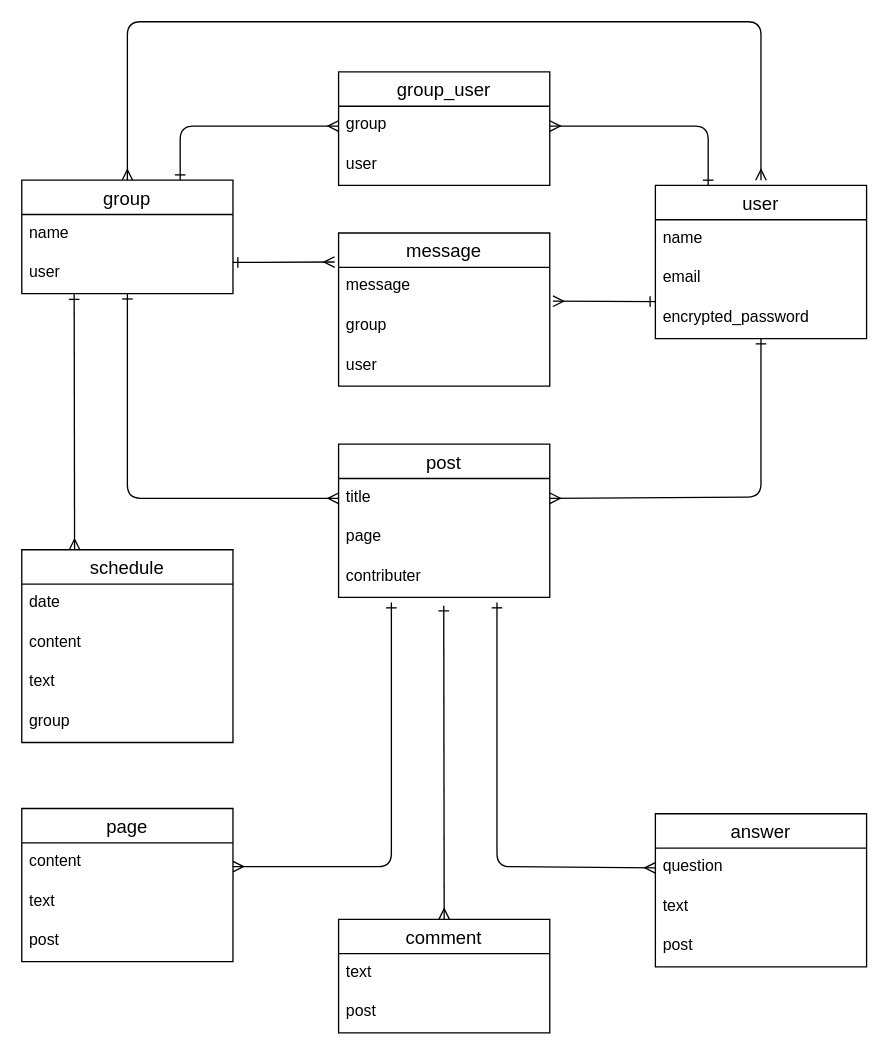
The draw.io diagram ER.dio in xcattleyax/free-seeker, before the edit. Source tidied: cells renumbered, new cells numbered last; positions are measured from the earlier drawing's top-left corner, leaving out a move shared by most shapes. Both pictures are drawn from the tidied source at 132%, with x=0, y=0 at pixel (21, 21).
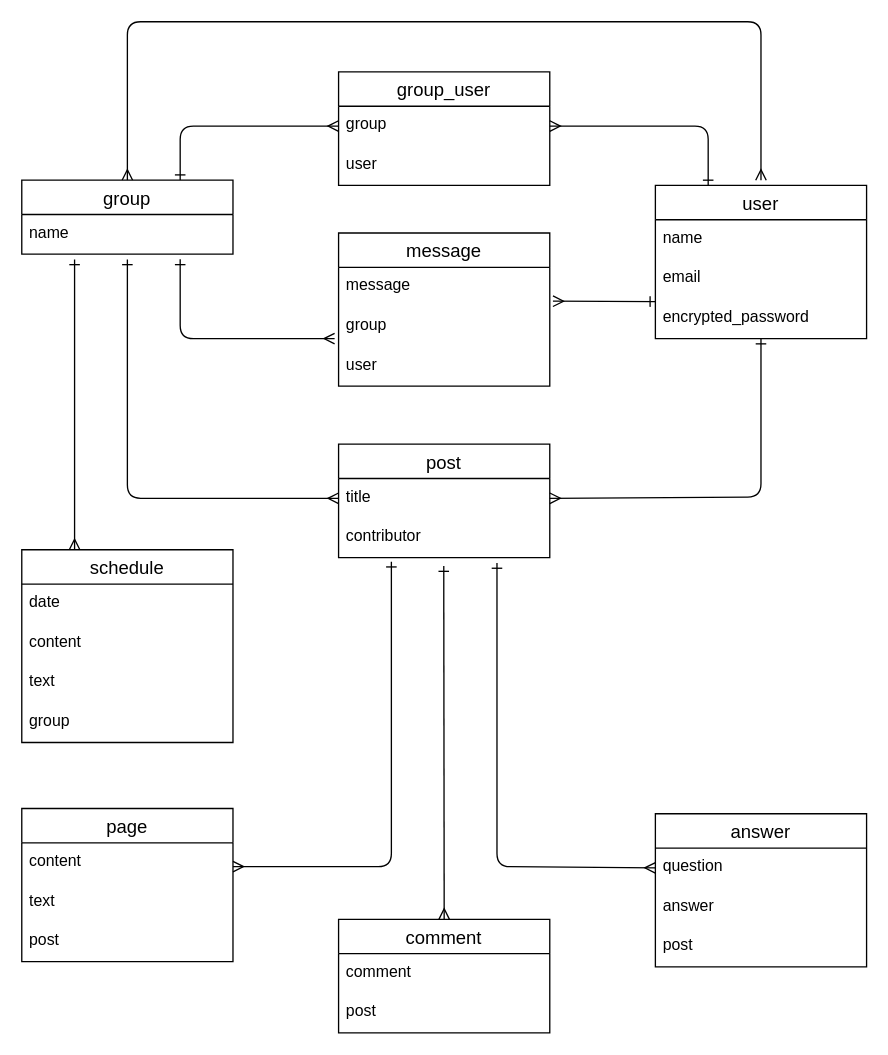
The same page after the edit.

Unchanged cells that the change refers to:
```xml
<mxCell id="7" value="schedule" style="swimlane;fontStyle=0;horizontal=1;startSize=26;align=center;fontSize=14;" parent="1" vertex="1">
  <mxGeometry y="400" width="160" height="146" as="geometry" />
</mxCell>
<mxCell id="17" value="title" style="text;strokeColor=none;fillColor=none;spacingLeft=4;spacingRight=4;overflow=hidden;points=[[0,0.5],[1,0.5]];portConstraint=eastwest;fontSize=12;" parent="16" vertex="1">
  <mxGeometry y="26" width="160" height="30" as="geometry" />
</mxCell>
<mxCell id="25" value="comment" style="swimlane;fontStyle=0;horizontal=1;startSize=26;align=center;fontSize=14;" parent="1" vertex="1">
  <mxGeometry x="240" y="680" width="160" height="86" as="geometry" />
</mxCell>
<mxCell id="29" value="answer" style="swimlane;fontStyle=0;horizontal=1;startSize=26;align=center;fontSize=14;" parent="1" vertex="1">
  <mxGeometry x="480" y="600" width="160" height="116" as="geometry" />
</mxCell>
<mxCell id="37" value="name" style="text;strokeColor=none;fillColor=none;spacingLeft=4;spacingRight=4;overflow=hidden;points=[[0,0.5],[1,0.5]];portConstraint=eastwest;fontSize=12;" parent="36" vertex="1">
  <mxGeometry y="26" width="160" height="30" as="geometry" />
</mxCell>
```

Change to the diagram source:
```diff
@@
     <mxCell id="16" value="post" style="swimlane;fontStyle=0;horizontal=1;startSize=26;align=center;fontSize=14;" parent="1" vertex="1">
-      <mxGeometry x="240" y="320" width="160" height="116" as="geometry" />
+      <mxGeometry x="240" y="320" width="160" height="86" as="geometry" />
     </mxCell>
@@
-    <mxCell id="18" value="page" style="text;strokeColor=none;fillColor=none;spacingLeft=4;spacingRight=4;overflow=hidden;fontSize=12;" parent="16" vertex="1">
-      <mxGeometry y="56" width="160" height="30" as="geometry" />
-    </mxCell>
-    <mxCell id="19" value="contributer" style="text;strokeColor=none;fillColor=none;spacingLeft=4;spacingRight=4;overflow=hidden;points=[[0,0.5],[1,0.5]];portConstraint=eastwest;fontSize=12;" parent="16" vertex="1">
-      <mxGeometry y="86" width="160" height="30" as="geometry" />
+    <mxCell id="19" value="contributor" style="text;strokeColor=none;fillColor=none;spacingLeft=4;spacingRight=4;overflow=hidden;points=[[0,0.5],[1,0.5]];portConstraint=eastwest;fontSize=12;" parent="16" vertex="1">
+      <mxGeometry y="56" width="160" height="30" as="geometry" />
     </mxCell>
@@
-    <mxCell id="24" style="edgeStyle=none;html=1;startArrow=ERone;startFill=0;endArrow=ERmany;endFill=0;" parent="1" edge="1">
+    <mxCell id="24" style="edgeStyle=none;html=1;startArrow=ERone;startFill=0;endArrow=ERmany;endFill=0;exitX=0.25;exitY=1.1;exitDx=0;exitDy=0;exitPerimeter=0;" parent="1" edge="1" source="19">
       <mxGeometry relative="1" as="geometry">
-        <mxPoint x="280" y="440" as="sourcePoint" />
         <mxPoint x="160" y="640" as="targetPoint" />
         <Array as="points">
           <mxPoint x="280" y="640" />
         </Array>
       </mxGeometry>
     </mxCell>
@@
-    <mxCell id="26" value="text" style="text;strokeColor=none;fillColor=none;spacingLeft=4;spacingRight=4;overflow=hidden;fontSize=12;" parent="25" vertex="1">
+    <mxCell id="26" value="comment" style="text;strokeColor=none;fillColor=none;spacingLeft=4;spacingRight=4;overflow=hidden;fontSize=12;" parent="25" vertex="1">
       <mxGeometry y="26" width="160" height="30" as="geometry" />
     </mxCell>
@@
-    <mxCell id="31" value="text" style="text;strokeColor=none;fillColor=none;spacingLeft=4;spacingRight=4;overflow=hidden;fontSize=12;" parent="29" vertex="1">
+    <mxCell id="31" value="answer" style="text;strokeColor=none;fillColor=none;spacingLeft=4;spacingRight=4;overflow=hidden;fontSize=12;" parent="29" vertex="1">
       <mxGeometry y="56" width="160" height="30" as="geometry" />
     </mxCell>
@@
     <mxCell id="36" value="group" style="swimlane;fontStyle=0;horizontal=1;startSize=26;align=center;fontSize=14;" parent="1" vertex="1">
-      <mxGeometry y="120" width="160" height="86" as="geometry" />
+      <mxGeometry y="120" width="160" height="56" as="geometry" />
     </mxCell>
@@
-    <mxCell id="38" value="user" style="text;strokeColor=none;fillColor=none;spacingLeft=4;spacingRight=4;overflow=hidden;points=[[0,0.5],[1,0.5]];portConstraint=eastwest;fontSize=12;" parent="36" vertex="1">
-      <mxGeometry y="56" width="160" height="30" as="geometry" />
-    </mxCell>
@@
-    <mxCell id="43" style="edgeStyle=none;html=1;exitX=0.998;exitY=0.211;exitDx=0;exitDy=0;exitPerimeter=0;startArrow=ERone;startFill=0;endArrow=ERmany;endFill=0;" parent="1" edge="1" source="38">
+    <mxCell id="43" style="edgeStyle=none;html=1;exitX=0.75;exitY=1.133;exitDx=0;exitDy=0;exitPerimeter=0;startArrow=ERone;startFill=0;endArrow=ERmany;endFill=0;" parent="1" edge="1" source="37">
       <mxGeometry relative="1" as="geometry">
-        <mxPoint x="237" y="182" as="targetPoint" />
+        <mxPoint x="237" y="240" as="targetPoint" />
+        <Array as="points">
+          <mxPoint x="120" y="240" />
+        </Array>
       </mxGeometry>
     </mxCell>
-    <mxCell id="44" style="edgeStyle=none;html=1;entryX=0;entryY=0.5;entryDx=0;entryDy=0;startArrow=ERone;startFill=0;endArrow=ERmany;endFill=0;" parent="1" edge="1" source="38" target="17">
+    <mxCell id="44" style="edgeStyle=none;html=1;entryX=0;entryY=0.5;entryDx=0;entryDy=0;startArrow=ERone;startFill=0;endArrow=ERmany;endFill=0;" parent="1" edge="1" target="17">
       <mxGeometry relative="1" as="geometry">
+        <mxPoint x="80" y="180" as="sourcePoint" />
         <Array as="points">
           <mxPoint x="80" y="361" />
         </Array>
       </mxGeometry>
     </mxCell>
@@
-    <mxCell id="46" style="edgeStyle=none;html=1;entryX=0.25;entryY=0;entryDx=0;entryDy=0;startArrow=ERone;startFill=0;endArrow=ERmany;endFill=0;exitX=0.248;exitY=1.011;exitDx=0;exitDy=0;exitPerimeter=0;" parent="1" edge="1" source="38" target="7">
-      <mxGeometry relative="1" as="geometry" />
+    <mxCell id="46" style="edgeStyle=none;html=1;entryX=0.25;entryY=0;entryDx=0;entryDy=0;startArrow=ERone;startFill=0;endArrow=ERmany;endFill=0;" parent="1" edge="1" target="7">
+      <mxGeometry relative="1" as="geometry">
+        <mxPoint x="40" y="180" as="sourcePoint" />
+      </mxGeometry>
     </mxCell>
```
